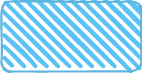
Earlier version of the draw.io export Lottery/抽奖策略算法1.0.drawio.png (youjizi/images). Source tidied: cells renumbered, new cells last; positions are measured from the earlier drawing's top-left corner, leaving out a move shared by most shapes. The source it was exported from:
```xml
<mxGraphModel>
  <root>
    <mxCell id="0" />
    <mxCell id="1" parent="0" />
    <mxCell id="2" style="rounded=1;whiteSpace=wrap;html=1;strokeWidth=2;fillWeight=4;hachureGap=8;hachureAngle=45;fillColor=#5bc2f5;sketch=1;strokeColor=#5db4df;gradientColor=none;" parent="1" vertex="1">
      <mxGeometry width="140" height="70" as="geometry" />
    </mxCell>
  </root>
</mxGraphModel>
```
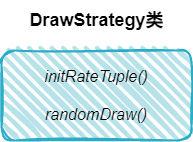
The same file after the commit.

Commit message:
更新抽奖策略算法1.0.drawio.png

What changed in the source:
```diff
@@ -2,8 +2,11 @@
   <root>
     <mxCell id="0" />
     <mxCell id="1" parent="0" />
-    <mxCell id="2" style="rounded=1;whiteSpace=wrap;html=1;strokeWidth=2;fillWeight=4;hachureGap=8;hachureAngle=45;fillColor=#5bc2f5;sketch=1;strokeColor=#5db4df;gradientColor=none;" parent="1" vertex="1">
-      <mxGeometry width="140" height="70" as="geometry" />
+    <mxCell id="2" value="initRateTuple()&#10;&#10;randomDraw()" style="rounded=1;strokeWidth=2;fillWeight=4;hachureGap=8;hachureAngle=45;fillColor=#b8e2ea;strokeColor=#2aacc6;gradientColor=none;glass=0;shadow=0;fontFamily=Helvetica;fontSize=16;sketch=1;curveFitting=1;jiggle=2;align=center;spacingTop=0;spacing=0;whiteSpace=wrap;fontStyle=2;fontColor=default;verticalAlign=middle;horizontal=1;" parent="1" vertex="1">
+      <mxGeometry width="190" height="90" as="geometry" />
     </mxCell>
+    <mxCell id="3" value="DrawStrategy类" style="text;html=1;align=center;verticalAlign=middle;strokeColor=none;fillColor=none;sketch=1;curveFitting=1;jiggle=2;fontStyle=1;fontSize=18;" parent="1" vertex="1">
+      <mxGeometry x="15" y="-50" width="160" height="40" as="geometry" />
+    </mxCell>
   </root>
 </mxGraphModel>
```
